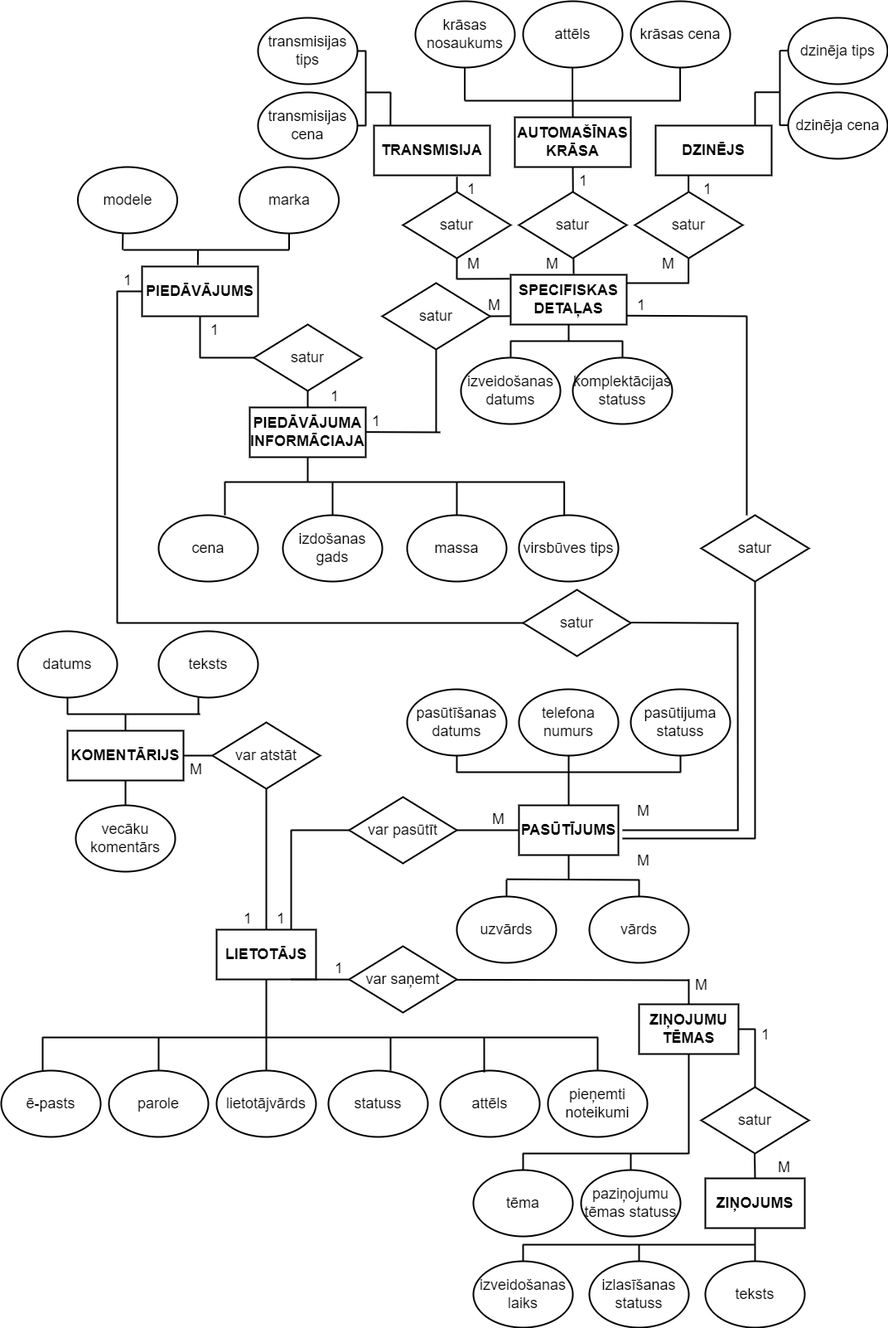
Earlier version of the draw.io export documentation/atteli/4. att. Entity relationship modelis.png (rvt-prog-kval-24/DP41-Konstant-nsKotovi-s-T-mek-aLietotneAutoma-nuMekl-anaiUnP-rdo-anaiTie-saist-). Source tidied: cells renumbered, new cells last; positions are measured from the earlier drawing's top-left corner, leaving out a move shared by most shapes.
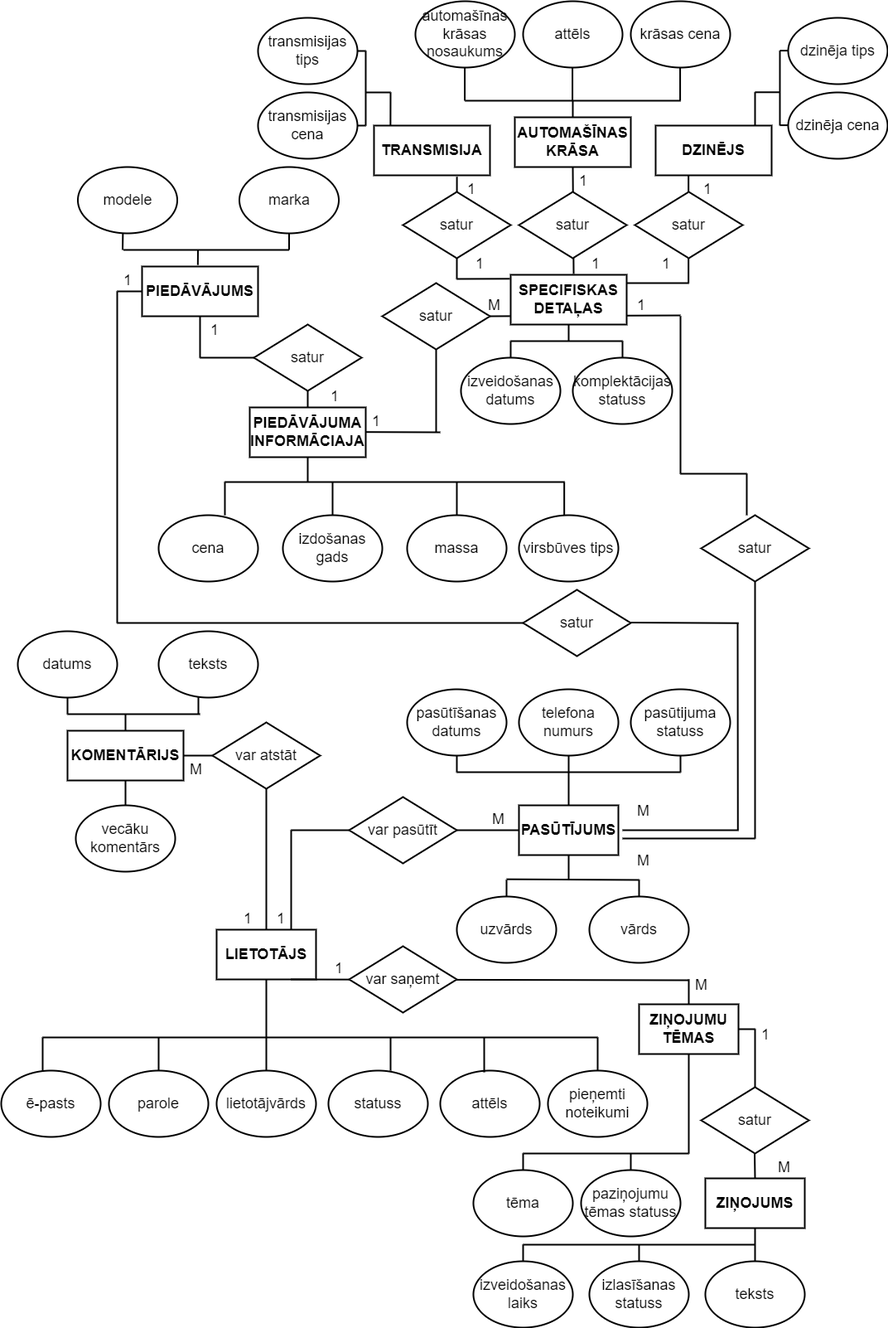
Later version of the same file.

What changed in the source:
```diff
@@ -337,7 +337,7 @@
         <mxPoint x="819.6" y="120" as="targetPoint" />
       </mxGeometry>
     </mxCell>
-    <mxCell id="85" value="krāsas nosaukums" style="ellipse;whiteSpace=wrap;html=1;fontSize=18;strokeWidth=2;" parent="1" vertex="1">
+    <mxCell id="85" value="automašīnas krāsas nosaukums" style="ellipse;whiteSpace=wrap;html=1;fontSize=18;strokeWidth=2;" parent="1" vertex="1">
       <mxGeometry x="500" width="120" height="80" as="geometry" />
     </mxCell>
     <mxCell id="86" value="attēls" style="ellipse;whiteSpace=wrap;html=1;fontSize=18;strokeWidth=2;" parent="1" vertex="1">
@@ -517,12 +517,12 @@
     <mxCell id="131" style="endArrow=none;html=1;rounded=0;fontSize=18;strokeWidth=2;" parent="1" edge="1">
       <mxGeometry relative="1" as="geometry">
         <mxPoint x="900" y="620" as="sourcePoint" />
-        <mxPoint x="900" y="380" as="targetPoint" />
+        <mxPoint x="900" y="570" as="targetPoint" />
       </mxGeometry>
     </mxCell>
     <mxCell id="132" style="endArrow=none;html=1;rounded=0;fontSize=18;strokeWidth=2;entryX=1;entryY=0.5;entryDx=0;entryDy=0;" parent="1" edge="1">
       <mxGeometry relative="1" as="geometry">
-        <mxPoint x="900" y="380" as="sourcePoint" />
+        <mxPoint x="820" y="379" as="sourcePoint" />
         <mxPoint x="750" y="379.3" as="targetPoint" />
       </mxGeometry>
     </mxCell>
@@ -809,14 +809,26 @@
     <mxCell id="200" value="M" style="shape=partialRectangle;fillColor=none;top=0;left=0;bottom=0;right=0;align=left;spacingLeft=6;overflow=hidden;perimeterSpacing=0;fontSize=18;strokeWidth=2;" parent="1" vertex="1">
       <mxGeometry x="760" y="960" width="40" height="30" as="geometry" />
     </mxCell>
-    <mxCell id="201" value="M" style="shape=partialRectangle;fillColor=none;top=0;left=0;bottom=0;right=0;align=left;spacingLeft=6;overflow=hidden;fontSize=18;strokeWidth=2;" parent="1" vertex="1">
-      <mxGeometry x="555" y="300" width="40" height="30" as="geometry" />
-    </mxCell>
-    <mxCell id="202" value="M" style="shape=partialRectangle;fillColor=none;top=0;left=0;bottom=0;right=0;align=left;spacingLeft=6;overflow=hidden;fontSize=18;strokeWidth=2;" parent="1" vertex="1">
-      <mxGeometry x="650" y="300" width="40" height="30" as="geometry" />
-    </mxCell>
-    <mxCell id="203" value="M" style="shape=partialRectangle;fillColor=none;top=0;left=0;bottom=0;right=0;align=left;spacingLeft=6;overflow=hidden;fontSize=18;strokeWidth=2;" parent="1" vertex="1">
-      <mxGeometry x="790" y="300" width="40" height="30" as="geometry" />
-    </mxCell>
+    <mxCell id="204" value="1" style="shape=partialRectangle;fillColor=none;top=0;left=0;bottom=0;right=0;align=left;spacingLeft=6;overflow=hidden;fontSize=18;strokeWidth=2;" parent="1" vertex="1">
+      <mxGeometry x="565" y="300" width="40" height="30" as="geometry" />
+    </mxCell>
+    <mxCell id="205" value="1" style="shape=partialRectangle;fillColor=none;top=0;left=0;bottom=0;right=0;align=left;spacingLeft=6;overflow=hidden;fontSize=18;strokeWidth=2;" parent="1" vertex="1">
+      <mxGeometry x="705" y="300" width="40" height="30" as="geometry" />
+    </mxCell>
+    <mxCell id="206" value="1" style="shape=partialRectangle;fillColor=none;top=0;left=0;bottom=0;right=0;align=left;spacingLeft=6;overflow=hidden;fontSize=18;strokeWidth=2;" parent="1" vertex="1">
+      <mxGeometry x="790" y="300" width="40" height="30" as="geometry" />
+    </mxCell>
+    <mxCell id="207" style="endArrow=none;html=1;rounded=0;fontSize=18;strokeWidth=2;" parent="1" edge="1">
+      <mxGeometry relative="1" as="geometry">
+        <mxPoint x="900" y="570" as="sourcePoint" />
+        <mxPoint x="820" y="570" as="targetPoint" />
+      </mxGeometry>
+    </mxCell>
+    <mxCell id="208" style="endArrow=none;html=1;rounded=0;fontSize=18;strokeWidth=2;" parent="1" edge="1">
+      <mxGeometry relative="1" as="geometry">
+        <mxPoint x="820" y="570" as="sourcePoint" />
+        <mxPoint x="820" y="380" as="targetPoint" />
+      </mxGeometry>
+    </mxCell>
   </root>
 </mxGraphModel>
```
